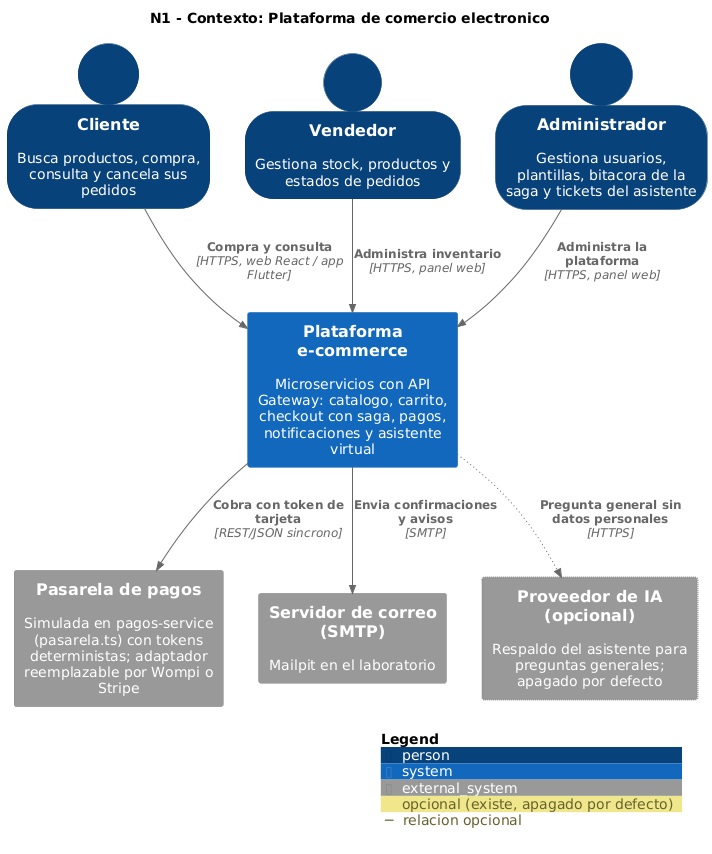
Above: docs/c4/png/01-contexto.png in SerBy48/Proyecto-EIS-II (PlantUML), before the change.
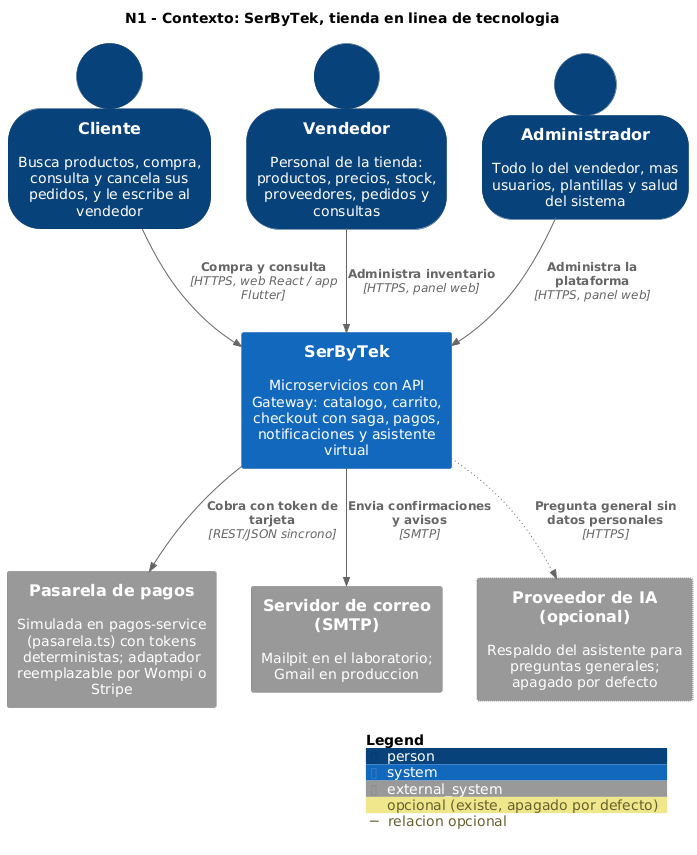
The same diagram one commit later.

What changed in the source:
```diff
@@ -1,16 +1,16 @@
 @startuml 01-contexto
 !include lib/C4_Context.puml
 !include estilo.puml
-title N1 - Contexto: Plataforma de comercio electronico
+title N1 - Contexto: SerByTek, tienda en linea de tecnologia
 
-Person(cliente, "Cliente", "Busca productos, compra, consulta y cancela sus pedidos")
-Person(vendedor, "Vendedor", "Gestiona stock, productos y estados de pedidos")
-Person(admin, "Administrador", "Gestiona usuarios, plantillas, bitacora de la saga y tickets del asistente")
+Person(cliente, "Cliente", "Busca productos, compra, consulta y cancela sus pedidos, y le escribe al vendedor")
+Person(vendedor, "Vendedor", "Personal de la tienda: productos, precios, stock, proveedores, pedidos y consultas")
+Person(admin, "Administrador", "Todo lo del vendedor, mas usuarios, plantillas y salud del sistema")
 
-System(plataforma, "Plataforma e-commerce", "Microservicios con API Gateway: catalogo, carrito, checkout con saga, pagos, notificaciones y asistente virtual")
+System(plataforma, "SerByTek", "Microservicios con API Gateway: catalogo, carrito, checkout con saga, pagos, notificaciones y asistente virtual")
 
 System_Ext(pasarela, "Pasarela de pagos", "Simulada en pagos-service (pasarela.ts) con tokens deterministas; adaptador reemplazable por Wompi o Stripe")
-System_Ext(correo, "Servidor de correo (SMTP)", "Mailpit en el laboratorio")
+System_Ext(correo, "Servidor de correo (SMTP)", "Mailpit en el laboratorio; Gmail en produccion")
 System_Ext(ia, "Proveedor de IA (opcional)", "Respaldo del asistente para preguntas generales; apagado por defecto", $tags="opcional")
 
 Rel(cliente, plataforma, "Compra y consulta", "HTTPS, web React / app Flutter")
```
